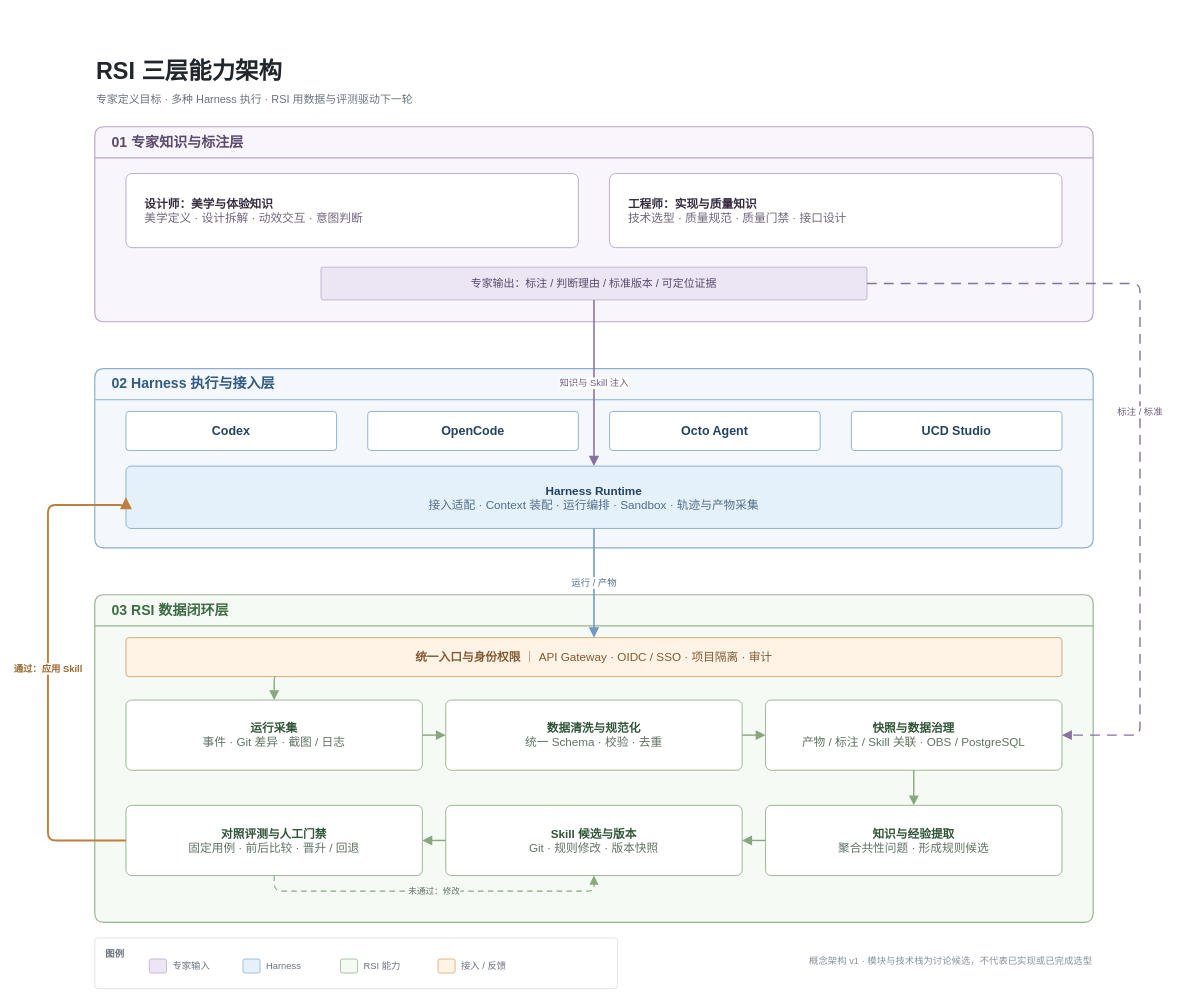
The draw.io diagram docs/assets/rsi-three-layer-architecture-v1.drawio in EnZzzzzz/HarnessDocs, before the edit. Source tidied: cells renumbered, new cells numbered last; positions are measured from the earlier drawing's top-left corner, leaving out a move shared by most shapes. Both pictures are drawn from the tidied source at 78%, with x=0, y=0 at pixel (48, 52).
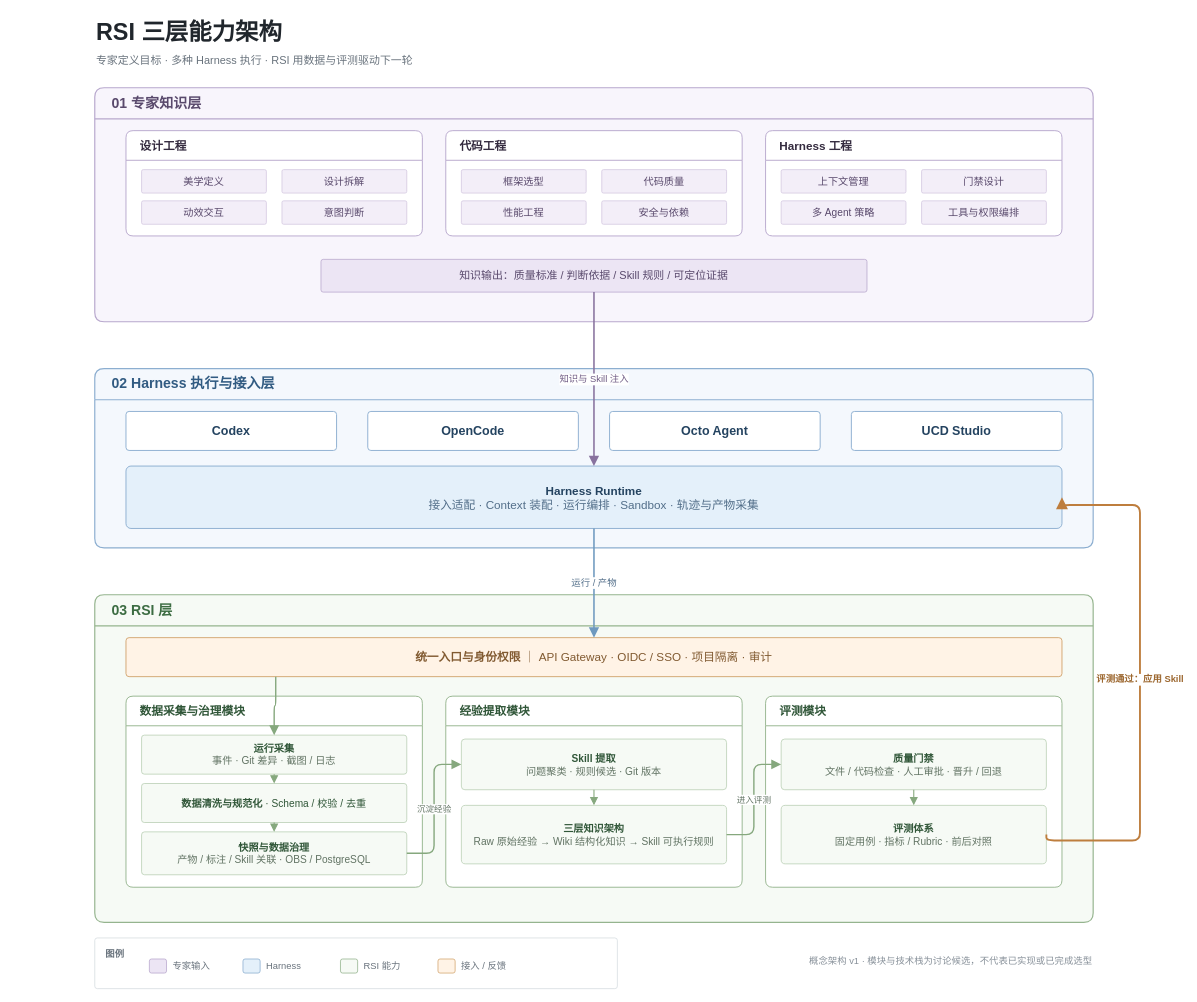
Above is the later version.

Commit message (it also covers changes not shown here):
feat(design-harness): refine RSI three-layer architecture

The change refers to these unchanged cells:
```xml
<mxCell id="13" value="&lt;b&gt;Harness Runtime&lt;/b&gt;&lt;br&gt;&lt;font color=&quot;#526E89&quot;&gt;接入适配 · Context 装配 · 运行编排 · Sandbox · 轨迹与产物采集&lt;/font&gt;" style="rounded=1;arcSize=8;whiteSpace=wrap;html=1;fillColor=#E4F0FA;strokeColor=#8CAED0;strokeWidth=1.2;fontFamily=Arial;fontSize=15;fontColor=#244360;align=center;verticalAlign=middle;" parent="8" vertex="1">
  <mxGeometry x="40" y="125" width="1200" height="80" as="geometry" />
</mxCell>
```

The edit, as a diff of the source:
```diff
@@
     <mxCell id="2" value="RSI 三层能力架构" style="text;html=1;align=left;verticalAlign=middle;fontFamily=Arial;fontSize=30;fontStyle=1;fontColor=#20262C;strokeColor=none;fillColor=none;" parent="1" vertex="1">
-      <mxGeometry x="60" width="900" height="45" as="geometry" />
+      <mxGeometry x="60" y="-50" width="900" height="45" as="geometry" />
     </mxCell>
     <mxCell id="3" value="专家定义目标 · 多种 Harness 执行 · RSI 用数据与评测驱动下一轮" style="text;html=1;align=left;verticalAlign=middle;fontFamily=Arial;fontSize=14;fontColor=#69737D;strokeColor=none;fillColor=none;" parent="1" vertex="1">
-      <mxGeometry x="60" y="45" width="1100" height="30" as="geometry" />
+      <mxGeometry x="60" y="-5" width="1100" height="30" as="geometry" />
     </mxCell>
-    <mxCell id="4" value="01  专家知识与标注层" style="swimlane;startSize=40;horizontal=1;rounded=1;arcSize=10;html=1;whiteSpace=wrap;fillColor=#F8F5FC;swimlaneFillColor=#F8F5FC;strokeColor=#B8A8CD;strokeWidth=1.5;fontFamily=Arial;fontSize=18;fontStyle=1;fontColor=#59496C;align=left;spacingLeft=20;" parent="1" vertex="1">
-      <mxGeometry x="60" y="95" width="1280" height="250" as="geometry" />
+    <mxCell id="4" value="01  专家知识层" style="swimlane;startSize=40;horizontal=1;rounded=1;arcSize=10;html=1;whiteSpace=wrap;fillColor=#F8F5FC;swimlaneFillColor=#F8F5FC;strokeColor=#B8A8CD;strokeWidth=1.5;fontFamily=Arial;fontSize=18;fontStyle=1;fontColor=#59496C;align=left;spacingLeft=20;" parent="1" vertex="1">
+      <mxGeometry x="60" y="45" width="1280" height="300" as="geometry" />
     </mxCell>
-    <mxCell id="5" value="&lt;b&gt;设计师：美学与体验知识&lt;/b&gt;&lt;br&gt;&lt;font color=&quot;#71677E&quot;&gt;美学定义 · 设计拆解 · 动效交互 · 意图判断&lt;/font&gt;" style="rounded=1;arcSize=8;whiteSpace=wrap;html=1;fillColor=#FFFFFF;strokeColor=#B8A8CD;strokeWidth=1.2;fontFamily=Arial;fontSize=15;fontColor=#342B3F;align=left;verticalAlign=middle;spacingLeft=22;" parent="4" vertex="1">
-      <mxGeometry x="40" y="60" width="580" height="95" as="geometry" />
+    <mxCell id="5" value="设计工程" style="swimlane;startSize=38;horizontal=1;rounded=1;arcSize=8;whiteSpace=wrap;html=1;fillColor=#FFFFFF;swimlaneFillColor=#FFFFFF;strokeColor=#B8A8CD;strokeWidth=1.2;fontFamily=Arial;fontSize=15;fontStyle=1;fontColor=#342B3F;align=left;spacingLeft=16;" parent="4" vertex="1">
+      <mxGeometry x="40" y="55" width="380" height="135" as="geometry" />
     </mxCell>
+    <mxCell id="43" value="美学定义" style="rounded=1;arcSize=7;whiteSpace=wrap;html=1;fillColor=#F3EEF8;strokeColor=#D4C8E1;fontFamily=Arial;fontSize=13;fontColor=#59496C;align=center;verticalAlign=middle;" parent="5" vertex="1">
+      <mxGeometry x="20" y="50" width="160" height="30" as="geometry" />
+    </mxCell>
+    <mxCell id="44" value="设计拆解" style="rounded=1;arcSize=7;whiteSpace=wrap;html=1;fillColor=#F3EEF8;strokeColor=#D4C8E1;fontFamily=Arial;fontSize=13;fontColor=#59496C;align=center;verticalAlign=middle;" parent="5" vertex="1">
+      <mxGeometry x="200" y="50" width="160" height="30" as="geometry" />
+    </mxCell>
+    <mxCell id="45" value="动效交互" style="rounded=1;arcSize=7;whiteSpace=wrap;html=1;fillColor=#F3EEF8;strokeColor=#D4C8E1;fontFamily=Arial;fontSize=13;fontColor=#59496C;align=center;verticalAlign=middle;" parent="5" vertex="1">
+      <mxGeometry x="20" y="90" width="160" height="30" as="geometry" />
+    </mxCell>
+    <mxCell id="46" value="意图判断" style="rounded=1;arcSize=7;whiteSpace=wrap;html=1;fillColor=#F3EEF8;strokeColor=#D4C8E1;fontFamily=Arial;fontSize=13;fontColor=#59496C;align=center;verticalAlign=middle;" parent="5" vertex="1">
+      <mxGeometry x="200" y="90" width="160" height="30" as="geometry" />
+    </mxCell>
-    <mxCell id="6" value="&lt;b&gt;工程师：实现与质量知识&lt;/b&gt;&lt;br&gt;&lt;font color=&quot;#71677E&quot;&gt;技术选型 · 质量规范 · 质量门禁 · 接口设计&lt;/font&gt;" style="rounded=1;arcSize=8;whiteSpace=wrap;html=1;fillColor=#FFFFFF;strokeColor=#B8A8CD;strokeWidth=1.2;fontFamily=Arial;fontSize=15;fontColor=#342B3F;align=left;verticalAlign=middle;spacingLeft=22;" parent="4" vertex="1">
-      <mxGeometry x="660" y="60" width="580" height="95" as="geometry" />
+    <mxCell id="6" value="代码工程" style="swimlane;startSize=38;horizontal=1;rounded=1;arcSize=8;whiteSpace=wrap;html=1;fillColor=#FFFFFF;swimlaneFillColor=#FFFFFF;strokeColor=#B8A8CD;strokeWidth=1.2;fontFamily=Arial;fontSize=15;fontStyle=1;fontColor=#342B3F;align=left;spacingLeft=16;" parent="4" vertex="1">
+      <mxGeometry x="450" y="55" width="380" height="135" as="geometry" />
     </mxCell>
+    <mxCell id="47" value="框架选型" style="rounded=1;arcSize=7;whiteSpace=wrap;html=1;fillColor=#F3EEF8;strokeColor=#D4C8E1;fontFamily=Arial;fontSize=13;fontColor=#59496C;align=center;verticalAlign=middle;" parent="6" vertex="1">
+      <mxGeometry x="20" y="50" width="160" height="30" as="geometry" />
+    </mxCell>
+    <mxCell id="48" value="代码质量" style="rounded=1;arcSize=7;whiteSpace=wrap;html=1;fillColor=#F3EEF8;strokeColor=#D4C8E1;fontFamily=Arial;fontSize=13;fontColor=#59496C;align=center;verticalAlign=middle;" parent="6" vertex="1">
+      <mxGeometry x="200" y="50" width="160" height="30" as="geometry" />
+    </mxCell>
+    <mxCell id="49" value="性能工程" style="rounded=1;arcSize=7;whiteSpace=wrap;html=1;fillColor=#F3EEF8;strokeColor=#D4C8E1;fontFamily=Arial;fontSize=13;fontColor=#59496C;align=center;verticalAlign=middle;" parent="6" vertex="1">
+      <mxGeometry x="20" y="90" width="160" height="30" as="geometry" />
+    </mxCell>
+    <mxCell id="50" value="安全与依赖" style="rounded=1;arcSize=7;whiteSpace=wrap;html=1;fillColor=#F3EEF8;strokeColor=#D4C8E1;fontFamily=Arial;fontSize=13;fontColor=#59496C;align=center;verticalAlign=middle;" parent="6" vertex="1">
+      <mxGeometry x="200" y="90" width="160" height="30" as="geometry" />
+    </mxCell>
+    <mxCell id="51" value="Harness 工程" style="swimlane;startSize=38;horizontal=1;rounded=1;arcSize=8;whiteSpace=wrap;html=1;fillColor=#FFFFFF;swimlaneFillColor=#FFFFFF;strokeColor=#B8A8CD;strokeWidth=1.2;fontFamily=Arial;fontSize=15;fontStyle=1;fontColor=#342B3F;align=left;spacingLeft=16;" parent="4" vertex="1">
+      <mxGeometry x="860" y="55" width="380" height="135" as="geometry" />
+    </mxCell>
+    <mxCell id="52" value="上下文管理" style="rounded=1;arcSize=7;whiteSpace=wrap;html=1;fillColor=#F3EEF8;strokeColor=#D4C8E1;fontFamily=Arial;fontSize=13;fontColor=#59496C;align=center;verticalAlign=middle;" parent="51" vertex="1">
+      <mxGeometry x="20" y="50" width="160" height="30" as="geometry" />
+    </mxCell>
+    <mxCell id="53" value="门禁设计" style="rounded=1;arcSize=7;whiteSpace=wrap;html=1;fillColor=#F3EEF8;strokeColor=#D4C8E1;fontFamily=Arial;fontSize=13;fontColor=#59496C;align=center;verticalAlign=middle;" parent="51" vertex="1">
+      <mxGeometry x="200" y="50" width="160" height="30" as="geometry" />
+    </mxCell>
+    <mxCell id="54" value="多 Agent 策略" style="rounded=1;arcSize=7;whiteSpace=wrap;html=1;fillColor=#F3EEF8;strokeColor=#D4C8E1;fontFamily=Arial;fontSize=13;fontColor=#59496C;align=center;verticalAlign=middle;" parent="51" vertex="1">
+      <mxGeometry x="20" y="90" width="160" height="30" as="geometry" />
+    </mxCell>
+    <mxCell id="55" value="工具与权限编排" style="rounded=1;arcSize=7;whiteSpace=wrap;html=1;fillColor=#F3EEF8;strokeColor=#D4C8E1;fontFamily=Arial;fontSize=13;fontColor=#59496C;align=center;verticalAlign=middle;" parent="51" vertex="1">
+      <mxGeometry x="200" y="90" width="160" height="30" as="geometry" />
+    </mxCell>
-    <mxCell id="7" value="专家输出：标注 / 判断理由 / 标准版本 / 可定位证据" style="rounded=1;arcSize=7;whiteSpace=wrap;html=1;fillColor=#ECE5F4;strokeColor=#B8A8CD;fontFamily=Arial;fontSize=14;fontColor=#59496C;align=center;verticalAlign=middle;" parent="4" vertex="1">
-      <mxGeometry x="290" y="180" width="700" height="42" as="geometry" />
+    <mxCell id="7" value="知识输出：质量标准 / 判断依据 / Skill 规则 / 可定位证据" style="rounded=1;arcSize=7;whiteSpace=wrap;html=1;fillColor=#ECE5F4;strokeColor=#B8A8CD;fontFamily=Arial;fontSize=14;fontColor=#59496C;align=center;verticalAlign=middle;" parent="4" vertex="1">
+      <mxGeometry x="290" y="220" width="700" height="42" as="geometry" />
     </mxCell>
@@
-    <mxCell id="14" value="03  RSI 数据闭环层" style="swimlane;startSize=40;horizontal=1;rounded=1;arcSize=10;html=1;whiteSpace=wrap;fillColor=#F6FAF5;swimlaneFillColor=#F6FAF5;strokeColor=#95B48E;strokeWidth=1.5;fontFamily=Arial;fontSize=18;fontStyle=1;fontColor=#3C6C42;align=left;spacingLeft=20;" parent="1" vertex="1">
+    <mxCell id="14" value="03  RSI 层" style="swimlane;startSize=40;horizontal=1;rounded=1;arcSize=10;html=1;whiteSpace=wrap;fillColor=#F6FAF5;swimlaneFillColor=#F6FAF5;strokeColor=#95B48E;strokeWidth=1.5;fontFamily=Arial;fontSize=18;fontStyle=1;fontColor=#3C6C42;align=left;spacingLeft=20;" parent="1" vertex="1">
       <mxGeometry x="60" y="695" width="1280" height="420" as="geometry" />
     </mxCell>
@@
+    <mxCell id="56" value="数据采集与治理模块" style="swimlane;startSize=38;horizontal=1;rounded=1;arcSize=8;whiteSpace=wrap;html=1;fillColor=#FFFFFF;swimlaneFillColor=#FFFFFF;strokeColor=#95B48E;strokeWidth=1.2;fontFamily=Arial;fontSize=15;fontStyle=1;fontColor=#305638;align=left;spacingLeft=16;" parent="14" vertex="1">
+      <mxGeometry x="40" y="130" width="380" height="245" as="geometry" />
+    </mxCell>
-    <mxCell id="16" value="&lt;b&gt;运行采集&lt;/b&gt;&lt;br&gt;&lt;font color=&quot;#617363&quot;&gt;事件 · Git 差异 · 截图 / 日志&lt;/font&gt;" style="rounded=1;arcSize=8;whiteSpace=wrap;html=1;fillColor=#FFFFFF;strokeColor=#95B48E;strokeWidth=1.2;fontFamily=Arial;fontSize=15;fontColor=#305638;align=center;verticalAlign=middle;" parent="14" vertex="1">
-      <mxGeometry x="40" y="135" width="380" height="90" as="geometry" />
+    <mxCell id="16" value="&lt;b&gt;运行采集&lt;/b&gt;&lt;br&gt;&lt;font color=&quot;#617363&quot;&gt;事件 · Git 差异 · 截图 / 日志&lt;/font&gt;" style="rounded=1;arcSize=7;whiteSpace=wrap;html=1;fillColor=#F6FAF5;strokeColor=#B8CEB3;fontFamily=Arial;fontSize=13;fontColor=#305638;align=center;verticalAlign=middle;" parent="56" vertex="1">
+      <mxGeometry x="20" y="50" width="340" height="50" as="geometry" />
     </mxCell>
-    <mxCell id="17" value="&lt;b&gt;数据清洗与规范化&lt;/b&gt;&lt;br&gt;&lt;font color=&quot;#617363&quot;&gt;统一 Schema · 校验 · 去重&lt;/font&gt;" style="rounded=1;arcSize=8;whiteSpace=wrap;html=1;fillColor=#FFFFFF;strokeColor=#95B48E;strokeWidth=1.2;fontFamily=Arial;fontSize=15;fontColor=#305638;align=center;verticalAlign=middle;" parent="14" vertex="1">
-      <mxGeometry x="450" y="135" width="380" height="90" as="geometry" />
+    <mxCell id="17" value="&lt;b&gt;数据清洗与规范化&lt;/b&gt;  ·  Schema / 校验 / 去重" style="rounded=1;arcSize=7;whiteSpace=wrap;html=1;fillColor=#F6FAF5;strokeColor=#B8CEB3;fontFamily=Arial;fontSize=13;fontColor=#305638;align=center;verticalAlign=middle;" parent="56" vertex="1">
+      <mxGeometry x="20" y="112" width="340" height="50" as="geometry" />
     </mxCell>
-    <mxCell id="18" value="&lt;b&gt;快照与数据治理&lt;/b&gt;&lt;br&gt;&lt;font color=&quot;#617363&quot;&gt;产物 / 标注 / Skill 关联 · OBS / PostgreSQL&lt;/font&gt;" style="rounded=1;arcSize=8;whiteSpace=wrap;html=1;fillColor=#FFFFFF;strokeColor=#95B48E;strokeWidth=1.2;fontFamily=Arial;fontSize=15;fontColor=#305638;align=center;verticalAlign=middle;" parent="14" vertex="1">
-      <mxGeometry x="860" y="135" width="380" height="90" as="geometry" />
+    <mxCell id="18" value="&lt;b&gt;快照与数据治理&lt;/b&gt;&lt;br&gt;&lt;font color=&quot;#617363&quot;&gt;产物 / 标注 / Skill 关联 · OBS / PostgreSQL&lt;/font&gt;" style="rounded=1;arcSize=7;whiteSpace=wrap;html=1;fillColor=#F6FAF5;strokeColor=#B8CEB3;fontFamily=Arial;fontSize=13;fontColor=#305638;align=center;verticalAlign=middle;" parent="56" vertex="1">
+      <mxGeometry x="20" y="174" width="340" height="55" as="geometry" />
     </mxCell>
-    <mxCell id="19" value="&lt;b&gt;知识与经验提取&lt;/b&gt;&lt;br&gt;&lt;font color=&quot;#617363&quot;&gt;聚合共性问题 · 形成规则候选&lt;/font&gt;" style="rounded=1;arcSize=8;whiteSpace=wrap;html=1;fillColor=#FFFFFF;strokeColor=#95B48E;strokeWidth=1.2;fontFamily=Arial;fontSize=15;fontColor=#305638;align=center;verticalAlign=middle;" parent="14" vertex="1">
-      <mxGeometry x="860" y="270" width="380" height="90" as="geometry" />
-    </mxCell>
-    <mxCell id="20" value="&lt;b&gt;Skill 候选与版本&lt;/b&gt;&lt;br&gt;&lt;font color=&quot;#617363&quot;&gt;Git · 规则修改 · 版本快照&lt;/font&gt;" style="rounded=1;arcSize=8;whiteSpace=wrap;html=1;fillColor=#FFFFFF;strokeColor=#95B48E;strokeWidth=1.2;fontFamily=Arial;fontSize=15;fontColor=#305638;align=center;verticalAlign=middle;" parent="14" vertex="1">
-      <mxGeometry x="450" y="270" width="380" height="90" as="geometry" />
-    </mxCell>
+    <mxCell id="57" value="经验提取模块" style="swimlane;startSize=38;horizontal=1;rounded=1;arcSize=8;whiteSpace=wrap;html=1;fillColor=#FFFFFF;swimlaneFillColor=#FFFFFF;strokeColor=#95B48E;strokeWidth=1.2;fontFamily=Arial;fontSize=15;fontStyle=1;fontColor=#305638;align=left;spacingLeft=16;" parent="14" vertex="1">
+      <mxGeometry x="450" y="130" width="380" height="245" as="geometry" />
+    </mxCell>
+    <mxCell id="58" value="&lt;b&gt;Skill 提取&lt;/b&gt;&lt;br&gt;&lt;font color=&quot;#617363&quot;&gt;问题聚类 · 规则候选 · Git 版本&lt;/font&gt;" style="rounded=1;arcSize=7;whiteSpace=wrap;html=1;fillColor=#F6FAF5;strokeColor=#B8CEB3;fontFamily=Arial;fontSize=13;fontColor=#305638;align=center;verticalAlign=middle;" parent="57" vertex="1">
+      <mxGeometry x="20" y="55" width="340" height="65" as="geometry" />
+    </mxCell>
+    <mxCell id="59" value="&lt;b&gt;三层知识架构&lt;/b&gt;&lt;br&gt;&lt;font color=&quot;#617363&quot;&gt;Raw 原始经验  →  Wiki 结构化知识  →  Skill 可执行规则&lt;/font&gt;" style="rounded=1;arcSize=7;whiteSpace=wrap;html=1;fillColor=#F6FAF5;strokeColor=#B8CEB3;fontFamily=Arial;fontSize=13;fontColor=#305638;align=center;verticalAlign=middle;" parent="57" vertex="1">
+      <mxGeometry x="20" y="140" width="340" height="75" as="geometry" />
+    </mxCell>
+    <mxCell id="60" value="评测模块" style="swimlane;startSize=38;horizontal=1;rounded=1;arcSize=8;whiteSpace=wrap;html=1;fillColor=#FFFFFF;swimlaneFillColor=#FFFFFF;strokeColor=#95B48E;strokeWidth=1.2;fontFamily=Arial;fontSize=15;fontStyle=1;fontColor=#305638;align=left;spacingLeft=16;" parent="14" vertex="1">
+      <mxGeometry x="860" y="130" width="380" height="245" as="geometry" />
+    </mxCell>
+    <mxCell id="61" value="&lt;b&gt;质量门禁&lt;/b&gt;&lt;br&gt;&lt;font color=&quot;#617363&quot;&gt;文件 / 代码检查 · 人工审批 · 晋升 / 回退&lt;/font&gt;" style="rounded=1;arcSize=7;whiteSpace=wrap;html=1;fillColor=#F6FAF5;strokeColor=#B8CEB3;fontFamily=Arial;fontSize=13;fontColor=#305638;align=center;verticalAlign=middle;" parent="60" vertex="1">
+      <mxGeometry x="20" y="55" width="340" height="65" as="geometry" />
+    </mxCell>
-    <mxCell id="21" value="&lt;b&gt;对照评测与人工门禁&lt;/b&gt;&lt;br&gt;&lt;font color=&quot;#617363&quot;&gt;固定用例 · 前后比较 · 晋升 / 回退&lt;/font&gt;" style="rounded=1;arcSize=8;whiteSpace=wrap;html=1;fillColor=#FFFFFF;strokeColor=#95B48E;strokeWidth=1.2;fontFamily=Arial;fontSize=15;fontColor=#305638;align=center;verticalAlign=middle;" parent="14" vertex="1">
-      <mxGeometry x="40" y="270" width="380" height="90" as="geometry" />
+    <mxCell id="21" value="&lt;b&gt;评测体系&lt;/b&gt;&lt;br&gt;&lt;font color=&quot;#617363&quot;&gt;固定用例 · 指标 / Rubric · 前后对照&lt;/font&gt;" style="rounded=1;arcSize=7;whiteSpace=wrap;html=1;fillColor=#F6FAF5;strokeColor=#B8CEB3;fontFamily=Arial;fontSize=13;fontColor=#305638;align=center;verticalAlign=middle;" parent="60" vertex="1">
+      <mxGeometry x="20" y="140" width="340" height="75" as="geometry" />
     </mxCell>
@@
-    <mxCell id="24" value="标注 / 标准" style="edgeStyle=orthogonalEdgeStyle;rounded=1;jettySize=auto;html=1;strokeColor=#88729E;strokeWidth=1.8;dashed=1;dashPattern=7 5;endArrow=block;endSize=8;fontFamily=Arial;fontSize=12;fontColor=#6E5A83;labelBackgroundColor=#FFFFFF;exitX=1;exitY=0.5;exitDx=0;exitDy=0;entryX=1;entryY=0.5;entryDx=0;entryDy=0;" parent="1" edge="1" source="7" target="18">
-      <mxGeometry relative="1" as="geometry">
-        <Array as="points">
-          <mxPoint x="1400" y="296" />
-          <mxPoint x="1400" y="875" />
-        </Array>
-      </mxGeometry>
-    </mxCell>
@@
-    <mxCell id="26" style="edgeStyle=orthogonalEdgeStyle;rounded=1;jettySize=auto;html=1;strokeColor=#86A87E;strokeWidth=1.8;endArrow=block;endSize=8;exitX=1;exitY=0.5;exitDx=0;exitDy=0;entryX=0;entryY=0.5;entryDx=0;entryDy=0;" parent="1" edge="1" source="16" target="17">
+    <mxCell id="26" style="edgeStyle=orthogonalEdgeStyle;rounded=1;jettySize=auto;html=1;strokeColor=#86A87E;strokeWidth=1.4;endArrow=block;endSize=7;exitX=0.5;exitY=1;exitDx=0;exitDy=0;entryX=0.5;entryY=0;entryDx=0;entryDy=0;" parent="1" edge="1" source="16" target="17">
       <mxGeometry relative="1" as="geometry" />
     </mxCell>
-    <mxCell id="27" style="edgeStyle=orthogonalEdgeStyle;rounded=1;jettySize=auto;html=1;strokeColor=#86A87E;strokeWidth=1.8;endArrow=block;endSize=8;exitX=1;exitY=0.5;exitDx=0;exitDy=0;entryX=0;entryY=0.5;entryDx=0;entryDy=0;" parent="1" edge="1" source="17" target="18">
+    <mxCell id="27" style="edgeStyle=orthogonalEdgeStyle;rounded=1;jettySize=auto;html=1;strokeColor=#86A87E;strokeWidth=1.4;endArrow=block;endSize=7;exitX=0.5;exitY=1;exitDx=0;exitDy=0;entryX=0.5;entryY=0;entryDx=0;entryDy=0;" parent="1" edge="1" source="17" target="18">
       <mxGeometry relative="1" as="geometry" />
     </mxCell>
-    <mxCell id="28" style="edgeStyle=orthogonalEdgeStyle;rounded=1;jettySize=auto;html=1;strokeColor=#86A87E;strokeWidth=1.8;endArrow=block;endSize=8;exitX=0.5;exitY=1;exitDx=0;exitDy=0;entryX=0.5;entryY=0;entryDx=0;entryDy=0;" parent="1" edge="1" source="18" target="19">
+    <mxCell id="28" value="沉淀经验" style="edgeStyle=orthogonalEdgeStyle;rounded=1;jettySize=auto;html=1;strokeColor=#86A87E;strokeWidth=1.8;endArrow=block;endSize=8;fontFamily=Arial;fontSize=11;fontColor=#617363;labelBackgroundColor=#FFFFFF;exitX=1;exitY=0.5;exitDx=0;exitDy=0;entryX=0;entryY=0.5;entryDx=0;entryDy=0;" parent="1" edge="1" source="18" target="58">
       <mxGeometry relative="1" as="geometry" />
     </mxCell>
-    <mxCell id="29" style="edgeStyle=orthogonalEdgeStyle;rounded=1;jettySize=auto;html=1;strokeColor=#86A87E;strokeWidth=1.8;endArrow=block;endSize=8;exitX=0;exitY=0.5;exitDx=0;exitDy=0;entryX=1;entryY=0.5;entryDx=0;entryDy=0;" parent="1" edge="1" source="19" target="20">
+    <mxCell id="29" style="edgeStyle=orthogonalEdgeStyle;rounded=1;jettySize=auto;html=1;strokeColor=#86A87E;strokeWidth=1.4;endArrow=block;endSize=7;exitX=0.5;exitY=1;exitDx=0;exitDy=0;entryX=0.5;entryY=0;entryDx=0;entryDy=0;" parent="1" edge="1" source="58" target="59">
       <mxGeometry relative="1" as="geometry" />
     </mxCell>
-    <mxCell id="30" style="edgeStyle=orthogonalEdgeStyle;rounded=1;jettySize=auto;html=1;strokeColor=#86A87E;strokeWidth=1.8;endArrow=block;endSize=8;exitX=0;exitY=0.5;exitDx=0;exitDy=0;entryX=1;entryY=0.5;entryDx=0;entryDy=0;" parent="1" edge="1" source="20" target="21">
+    <mxCell id="30" value="进入评测" style="edgeStyle=orthogonalEdgeStyle;rounded=1;jettySize=auto;html=1;strokeColor=#86A87E;strokeWidth=1.8;endArrow=block;endSize=8;fontFamily=Arial;fontSize=11;fontColor=#617363;labelBackgroundColor=#FFFFFF;exitX=1;exitY=0.5;exitDx=0;exitDy=0;entryX=0;entryY=0.5;entryDx=0;entryDy=0;" parent="1" edge="1" source="59" target="61">
       <mxGeometry relative="1" as="geometry" />
     </mxCell>
+    <mxCell id="62" style="edgeStyle=orthogonalEdgeStyle;rounded=1;jettySize=auto;html=1;strokeColor=#86A87E;strokeWidth=1.4;endArrow=block;endSize=7;exitX=0.5;exitY=1;exitDx=0;exitDy=0;entryX=0.5;entryY=0;entryDx=0;entryDy=0;" parent="1" edge="1" source="61" target="21">
+      <mxGeometry relative="1" as="geometry" />
+    </mxCell>
-    <mxCell id="31" value="通过：应用 Skill" style="edgeStyle=orthogonalEdgeStyle;rounded=1;jettySize=auto;html=1;strokeColor=#BE7E3E;strokeWidth=2.4;endArrow=block;endSize=9;fontFamily=Arial;fontSize=12;fontStyle=1;fontColor=#9C672F;labelBackgroundColor=#FFFFFF;exitX=0;exitY=0.5;exitDx=0;exitDy=0;entryX=0;entryY=0.5;entryDx=0;entryDy=0;" parent="1" edge="1" source="21" target="13">
+    <mxCell id="31" value="评测通过：应用 Skill" style="edgeStyle=orthogonalEdgeStyle;rounded=1;jettySize=auto;html=1;strokeColor=#BE7E3E;strokeWidth=2.4;endArrow=block;endSize=9;fontFamily=Arial;fontSize=12;fontStyle=1;fontColor=#9C672F;labelBackgroundColor=#FFFFFF;exitX=1;exitY=0.5;exitDx=0;exitDy=0;entryX=1;entryY=0.5;entryDx=0;entryDy=0;" parent="1" edge="1" source="21" target="13">
       <mxGeometry relative="1" as="geometry">
         <Array as="points">
-          <mxPoint y="1010" />
-          <mxPoint y="580" />
+          <mxPoint x="1400" y="1010" />
+          <mxPoint x="1400" y="580" />
         </Array>
       </mxGeometry>
     </mxCell>
-    <mxCell id="32" value="未通过：修改" style="edgeStyle=orthogonalEdgeStyle;rounded=1;jettySize=auto;html=1;strokeColor=#86A87E;strokeWidth=1.4;dashed=1;dashPattern=5 4;endArrow=block;endSize=8;fontFamily=Arial;fontSize=11;fontColor=#617363;labelBackgroundColor=#F6FAF5;exitX=0.5;exitY=1;exitDx=0;exitDy=0;entryX=0.5;entryY=1;entryDx=0;entryDy=0;" parent="1" edge="1" source="21" target="20">
-      <mxGeometry relative="1" as="geometry">
-        <Array as="points">
-          <mxPoint x="290" y="1075" />
-          <mxPoint x="700" y="1075" />
-        </Array>
-      </mxGeometry>
-    </mxCell>
```
